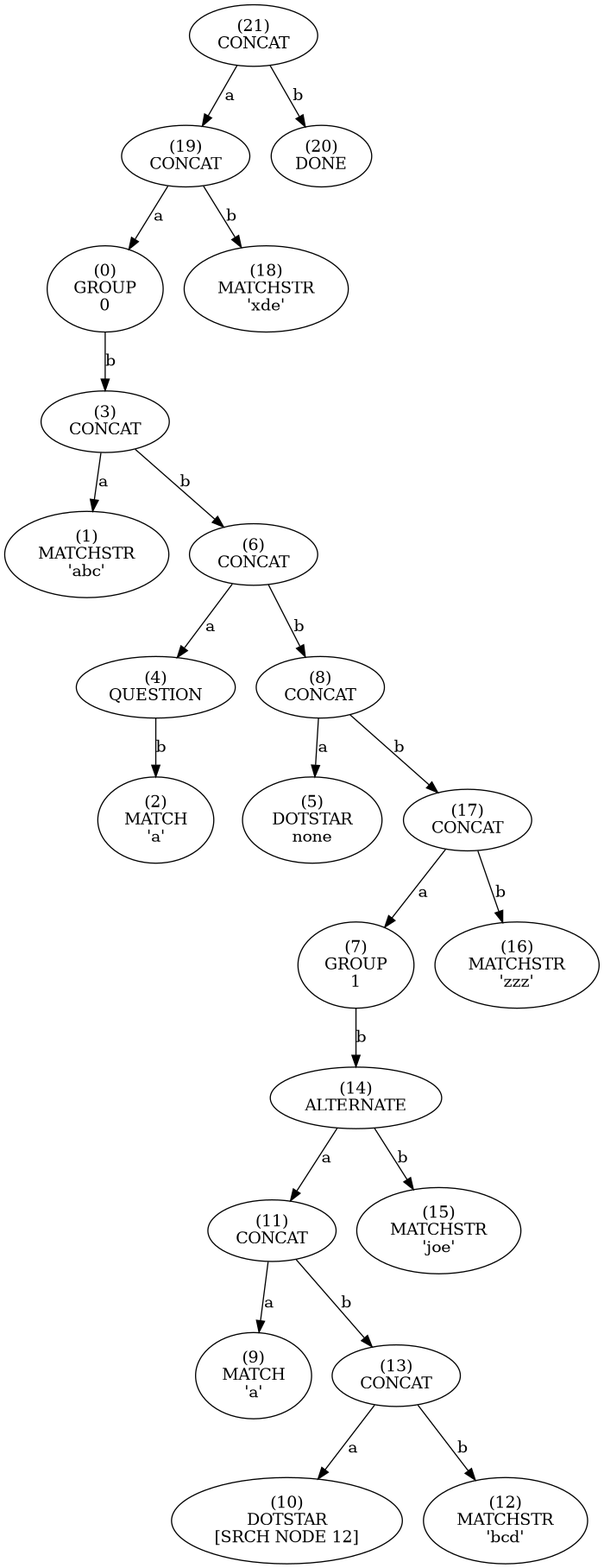
The Graphviz diagram tree/lee.png in essele/rele, before a commit. Its source is kept beside it as tree/lee.dot.
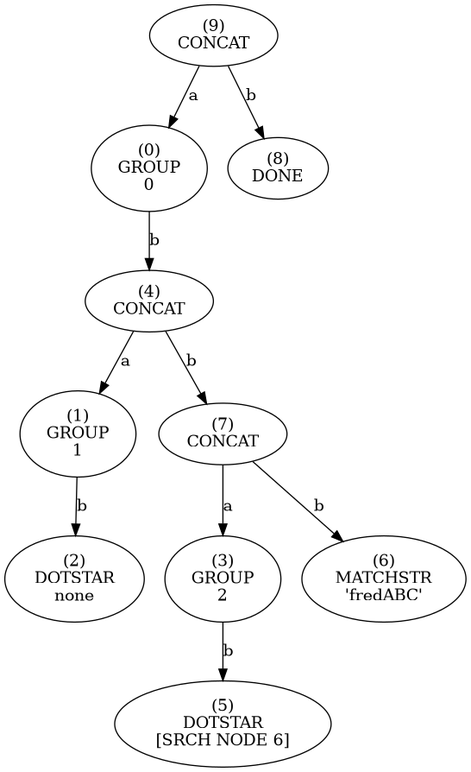
After the change.

Commit message:
DOTSTAR working nicely with optimisation, still need to work on lazy version.

Diff of the diagram source:
```diff
@@ -1,89 +1,41 @@
 digraph tree {
-    n0xb28a2a969580 [label="(21)
+    n0xb3c46e557400 [label="(9)
 CONCAT
 "];
-    n0xb28a2a969580 -> n0xb28a2a969540 [label="a"];
-    n0xb28a2a969540 [label="(19)
+    n0xb3c46e557400 -> n0xb3c46e5572e0 [label="a"];
+    n0xb3c46e5572e0 [label="(0)
+GROUP
+0"];
+    n0xb3c46e5572e0 -> n0xb3c46e557360 [label="b"];
+    n0xb3c46e557360 [label="(4)
 CONCAT
 "];
-    n0xb28a2a969540 -> n0xb28a2a9692e0 [label="a"];
-    n0xb28a2a9692e0 [label="(0)
+    n0xb3c46e557360 -> n0xb3c46e557300 [label="a"];
+    n0xb3c46e557300 [label="(1)
 GROUP
-0"];
-    n0xb28a2a9692e0 -> n0xb28a2a969340 [label="b"];
-    n0xb28a2a969340 [label="(3)
+1"];
+    n0xb3c46e557300 -> n0xb3c46e557320 [label="b"];
+    n0xb3c46e557320 [label="(2)
+DOTSTAR
+none"];
+    n0xb3c46e557360 -> n0xb3c46e5573c0 [label="b"];
+    n0xb3c46e5573c0 [label="(7)
 CONCAT
 "];
-    n0xb28a2a969340 -> n0xb28a2a969300 [label="a"];
-    n0xb28a2a969300 [label="(1)
+    n0xb3c46e5573c0 -> n0xb3c46e557340 [label="a"];
+    n0xb3c46e557340 [label="(3)
+GROUP
+2"];
+    n0xb3c46e557340 -> n0xb3c46e557380 [label="b"];
+    n0xb3c46e557380 [label="(5)
+DOTSTAR
+[SRCH NODE 6]"];
+    n0xb3c46e5573c0 -> n0xb3c46e5573a0 [label="b"];
+    n0xb3c46e5573a0 [label="(6)
 MATCHSTR
-'abc'"];
-    n0xb28a2a969340 -> n0xb28a2a9693a0 [label="b"];
-    n0xb28a2a9693a0 [label="(6)
-CONCAT
-"];
-    n0xb28a2a9693a0 -> n0xb28a2a969360 [label="a"];
-    n0xb28a2a969360 [label="(4)
-QUESTION
-"];
-    n0xb28a2a969360 -> n0xb28a2a969320 [label="b"];
-    n0xb28a2a969320 [label="(2)
-MATCH
-'a'"];
-    n0xb28a2a9693a0 -> n0xb28a2a9693e0 [label="b"];
-    n0xb28a2a9693e0 [label="(8)
-CONCAT
-"];
-    n0xb28a2a9693e0 -> n0xb28a2a969380 [label="a"];
-    n0xb28a2a969380 [label="(5)
-DOTSTAR
-none"];
-    n0xb28a2a9693e0 -> n0xb28a2a969500 [label="b"];
-    n0xb28a2a969500 [label="(17)
-CONCAT
-"];
-    n0xb28a2a969500 -> n0xb28a2a9693c0 [label="a"];
-    n0xb28a2a9693c0 [label="(7)
-GROUP
-1"];
-    n0xb28a2a9693c0 -> n0xb28a2a9694a0 [label="b"];
-    n0xb28a2a9694a0 [label="(14)
-ALTERNATE
-"];
-    n0xb28a2a9694a0 -> n0xb28a2a969440 [label="a"];
-    n0xb28a2a969440 [label="(11)
-CONCAT
-"];
-    n0xb28a2a969440 -> n0xb28a2a969400 [label="a"];
-    n0xb28a2a969400 [label="(9)
-MATCH
-'a'"];
-    n0xb28a2a969440 -> n0xb28a2a969480 [label="b"];
-    n0xb28a2a969480 [label="(13)
-CONCAT
-"];
-    n0xb28a2a969480 -> n0xb28a2a969420 [label="a"];
-    n0xb28a2a969420 [label="(10)
-DOTSTAR
-[SRCH NODE 12]"];
-    n0xb28a2a969480 -> n0xb28a2a969460 [label="b"];
-    n0xb28a2a969460 [label="(12)
-MATCHSTR
-'bcd'"];
-    n0xb28a2a9694a0 -> n0xb28a2a9694c0 [label="b"];
-    n0xb28a2a9694c0 [label="(15)
-MATCHSTR
-'joe'"];
-    n0xb28a2a969500 -> n0xb28a2a9694e0 [label="b"];
-    n0xb28a2a9694e0 [label="(16)
-MATCHSTR
-'zzz'"];
-    n0xb28a2a969540 -> n0xb28a2a969520 [label="b"];
-    n0xb28a2a969520 [label="(18)
-MATCHSTR
-'xde'"];
-    n0xb28a2a969580 -> n0xb28a2a969560 [label="b"];
-    n0xb28a2a969560 [label="(20)
+'fredABC'"];
+    n0xb3c46e557400 -> n0xb3c46e5573e0 [label="b"];
+    n0xb3c46e5573e0 [label="(8)
 DONE
 "];
 }
```
